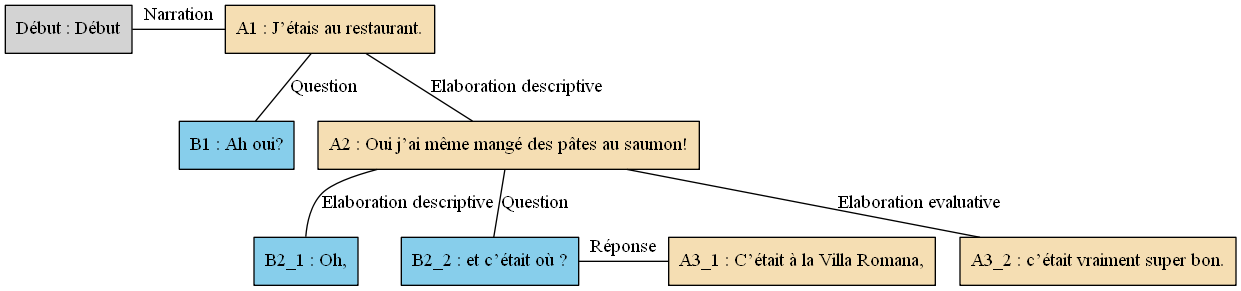
The Graphviz diagram arbres/Bac_a_sable/Bac_a_sable_-_A03.gv.png in AlaixComet/AnnotationSlamPTut, before a commit. Its source is kept beside it as arbres/Bac_a_sable/Bac_a_sable_-_A03.gv. Its diagram source:
```dot
digraph A03 {
	node [shape=box style=filled]
	"Début" [label="Début : Début"]
	A1 [label="A1 : J’étais au restaurant." fillcolor=wheat]
	B1 [label="B1 : Ah oui?" fillcolor=skyblue]
	A2 [label="A2 : Oui j’ai même mangé des pâtes au saumon!" fillcolor=wheat]
	B2_1 [label="B2_1 : Oh," fillcolor=skyblue]
	B2_2 [label="B2_2 : et c’était où ?" fillcolor=skyblue]
	A3_1 [label="A3_1 : C’était à la Villa Romana," fillcolor=wheat]
	A3_2 [label="A3_2 : c’était vraiment super bon." fillcolor=wheat]
	{
		rank=same
		"Début"
		A1
		"Début" -> A1 [label=Narration dir=none]
	}
	A1 -> B1 [label=Question dir=none]
	A1 -> A2 [label="Elaboration descriptive" dir=none]
	A2 -> B2_1 [label="Elaboration descriptive" dir=none]
	A2 -> B2_2 [label=Question dir=none]
	{
		rank=same
		B2_2
		A3_1
		B2_2 -> A3_1 [label="Réponse" dir=none]
	}
	A2 -> A3_2 [label="Elaboration evaluative" dir=none]
}
```
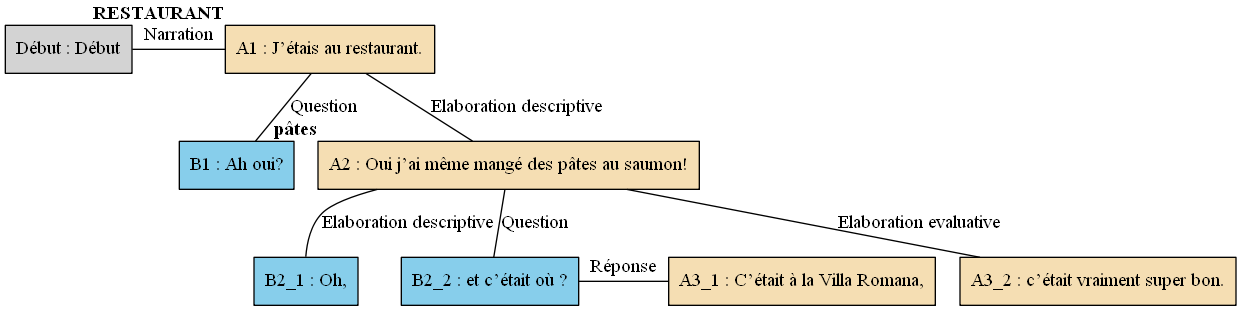
The same diagram one commit later.

What changed in the source:
```diff
@@ -1,13 +1,13 @@
 digraph A03 {
 	node [shape=box style=filled]
-	"Début" [label="Début : Début"]
-	A1 [label="A1 : J’étais au restaurant." fillcolor=wheat]
-	B1 [label="B1 : Ah oui?" fillcolor=skyblue]
-	A2 [label="A2 : Oui j’ai même mangé des pâtes au saumon!" fillcolor=wheat]
-	B2_1 [label="B2_1 : Oh," fillcolor=skyblue]
-	B2_2 [label="B2_2 : et c’était où ?" fillcolor=skyblue]
-	A3_1 [label="A3_1 : C’était à la Villa Romana," fillcolor=wheat]
-	A3_2 [label="A3_2 : c’était vraiment super bon." fillcolor=wheat]
+	"Début" [label="Début : Début" xlabel=""]
+	A1 [label="A1 : J’étais au restaurant." fillcolor=wheat xlabel=<<B>RESTAURANT</B>>]
+	B1 [label="B1 : Ah oui?" fillcolor=skyblue xlabel=""]
+	A2 [label="A2 : Oui j’ai même mangé des pâtes au saumon!" fillcolor=wheat xlabel=<<B>pâtes</B>>]
+	B2_1 [label="B2_1 : Oh," fillcolor=skyblue xlabel=""]
+	B2_2 [label="B2_2 : et c’était où ?" fillcolor=skyblue xlabel=""]
+	A3_1 [label="A3_1 : C’était à la Villa Romana," fillcolor=wheat xlabel=""]
+	A3_2 [label="A3_2 : c’était vraiment super bon." fillcolor=wheat xlabel=""]
 	{
 		rank=same
 		"Début"
```
